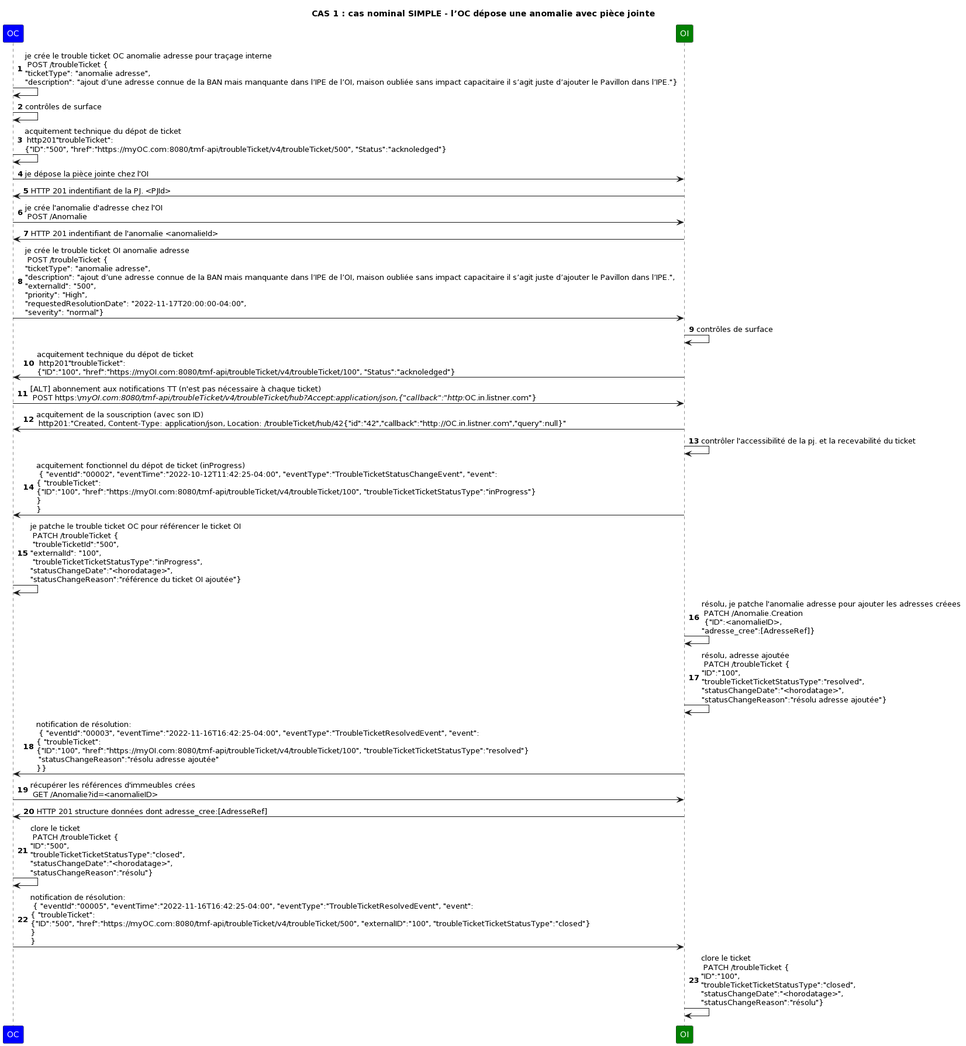
Earlier version of the PlantUML export UC1_nominal.png (before-interop/anomalieAdresse).
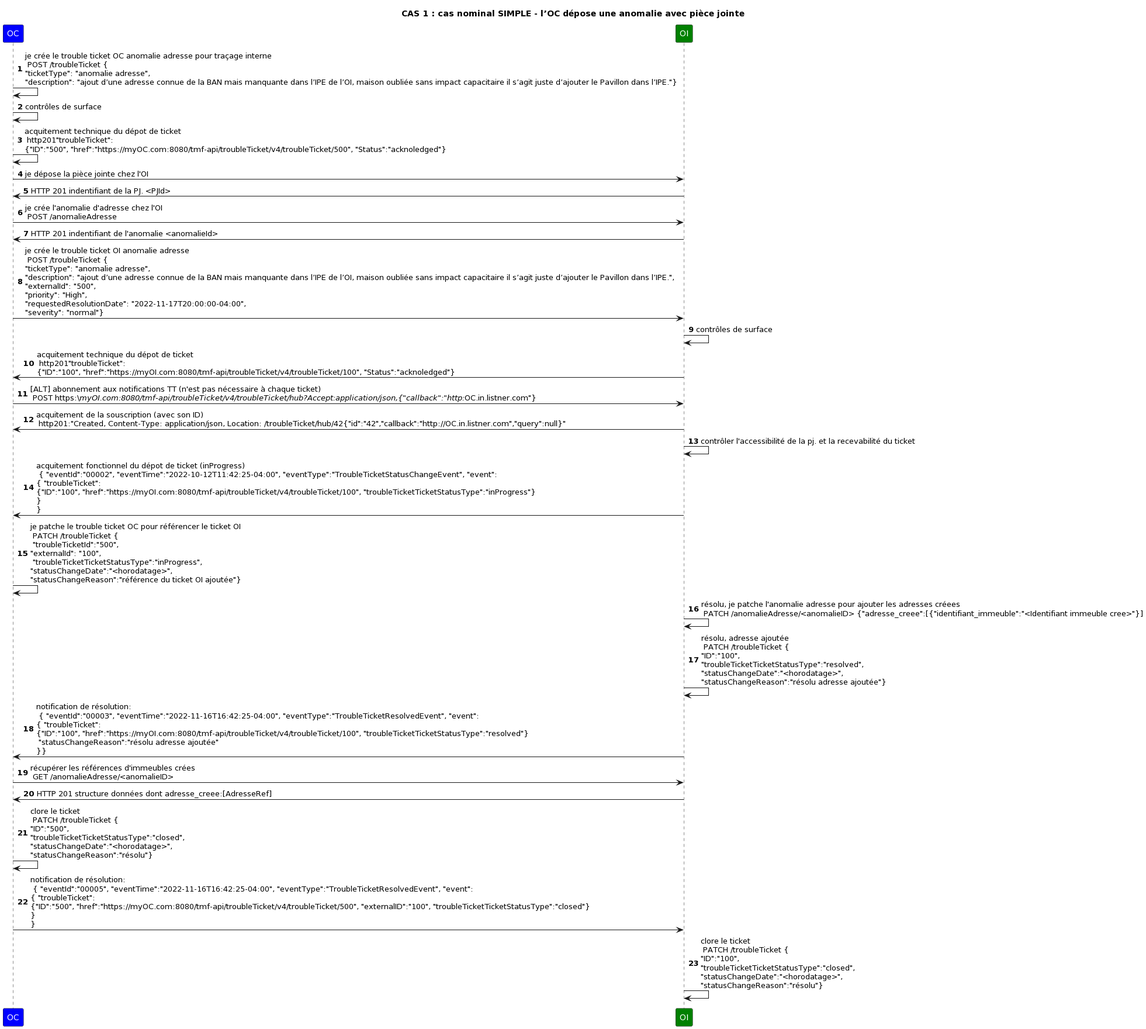
After the change.

Commit message:
ajout adresse_creee

The edit, as a diff of the source:
```diff
@@ -15,7 +15,7 @@
 
 OC->OI: je dépose la pièce jointe chez l'OI
 OI->OC: HTTP 201 indentifiant de la PJ. <PJId>
-OC->OI: je crée l'anomalie d'adresse chez l'OI \n POST /Anomalie
+OC->OI: je crée l'anomalie d'adresse chez l'OI \n POST /anomalieAdresse
 OI->OC: HTTP 201 indentifiant de l'anomalie <anomalieId>
 
 
@@ -37,13 +37,13 @@
 
 OC->OC: je patche le trouble ticket OC pour référencer le ticket OI \n PATCH /troubleTicket {\n "troubleTicketId":"500",\n"externalId": "100",\n "troubleTicketTicketStatusType":"inProgress",\n"statusChangeDate":"<horodatage>",\n"statusChangeReason":"référence du ticket OI ajoutée"}
 
-OI->OI:résolu, je patche l'anomalie adresse pour ajouter les adresses créees \n PATCH /Anomalie.Creation \n {"ID":<anomalieID>, \n"adresse_cree":[AdresseRef]}
+OI->OI:résolu, je patche l'anomalie adresse pour ajouter les adresses créees \n PATCH /anomalieAdresse/<anomalieID> {"adresse_creee":[{"identifiant_immeuble":"<Identifiant immeuble cree>"}]
 OI->OI: résolu, adresse ajoutée \n PATCH /troubleTicket {\n"ID":"100",\n"troubleTicketTicketStatusType":"resolved",\n"statusChangeDate":"<horodatage>",\n"statusChangeReason":"résolu adresse ajoutée"}
 
 OI->OC: notification de résolution: \n { "eventId":"00003", "eventTime":"2022-11-16T16:42:25-04:00", "eventType":"TroubleTicketResolvedEvent", "event": \n{ "troubleTicket": \n{"ID":"100", "href":"https://myOI.com:8080/tmf-api/troubleTicket/v4/troubleTicket/100", "troubleTicketTicketStatusType":"resolved"}\n "statusChangeReason":"résolu adresse ajoutée"\n}}
 
-OC->OI: récupérer les références d'immeubles crées \n GET /Anomalie?id=<anomalieID>
-OI->OC: HTTP 201 structure données dont adresse_cree:[AdresseRef]
+OC->OI: récupérer les références d'immeubles crées \n GET /anomalieAdresse/<anomalieID>
+OI->OC: HTTP 201 structure données dont adresse_creee:[AdresseRef]
 
 OC->OC: clore le ticket \n PATCH /troubleTicket {\n"ID":"500",\n"troubleTicketTicketStatusType":"closed",\n"statusChangeDate":"<horodatage>",\n"statusChangeReason":"résolu"}
 
```
